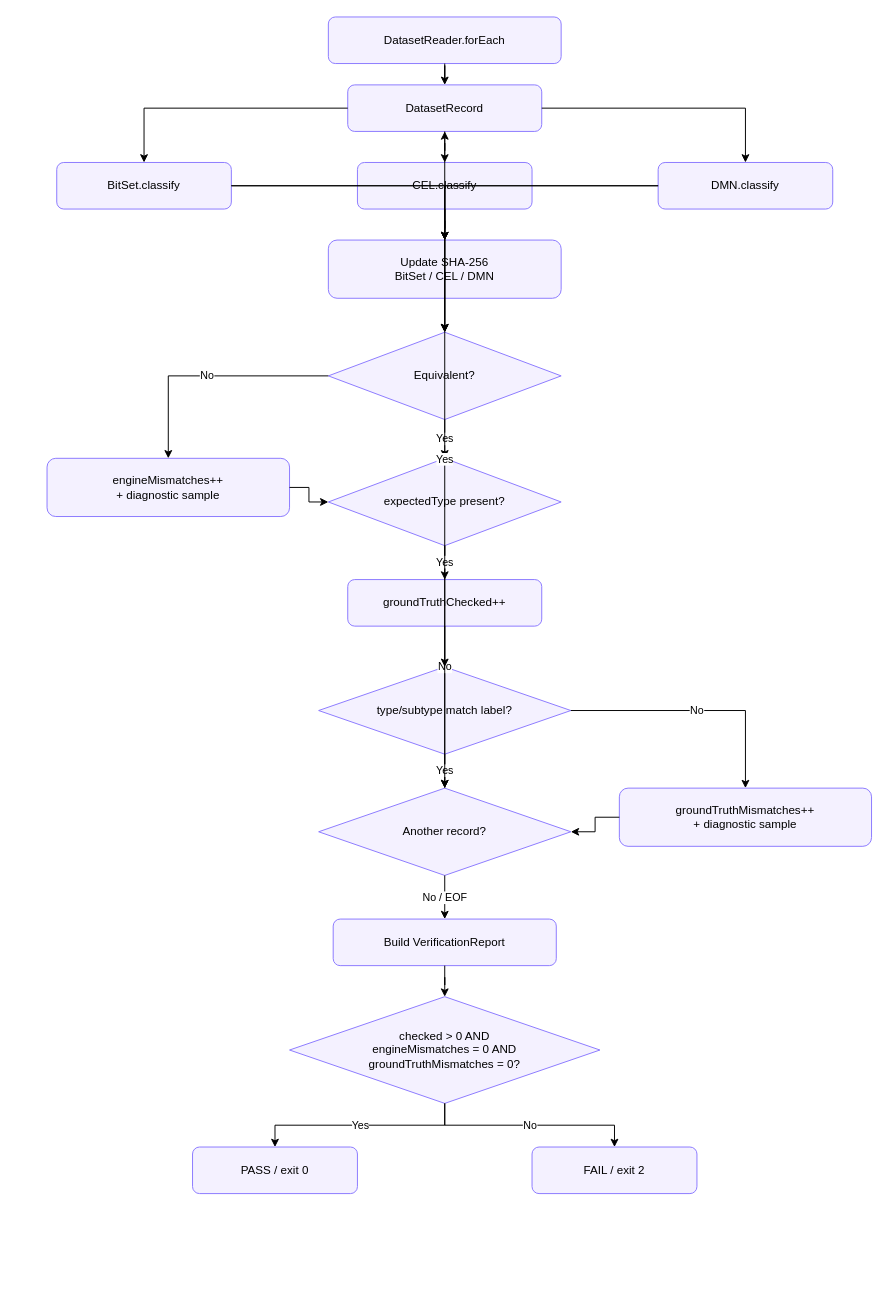
GAbra/itam-asset-typing-benchmark keeps this draw.io diagram as docs/diagrams/verify-flow-en.drawio. Above is the earlier version. Source tidied: cells renumbered, new cells numbered last; positions are measured from the earlier drawing's top-left corner, leaving out a move shared by most shapes. Both pictures are drawn from the tidied source at 97%, with x=0, y=0 at pixel (47, 16).
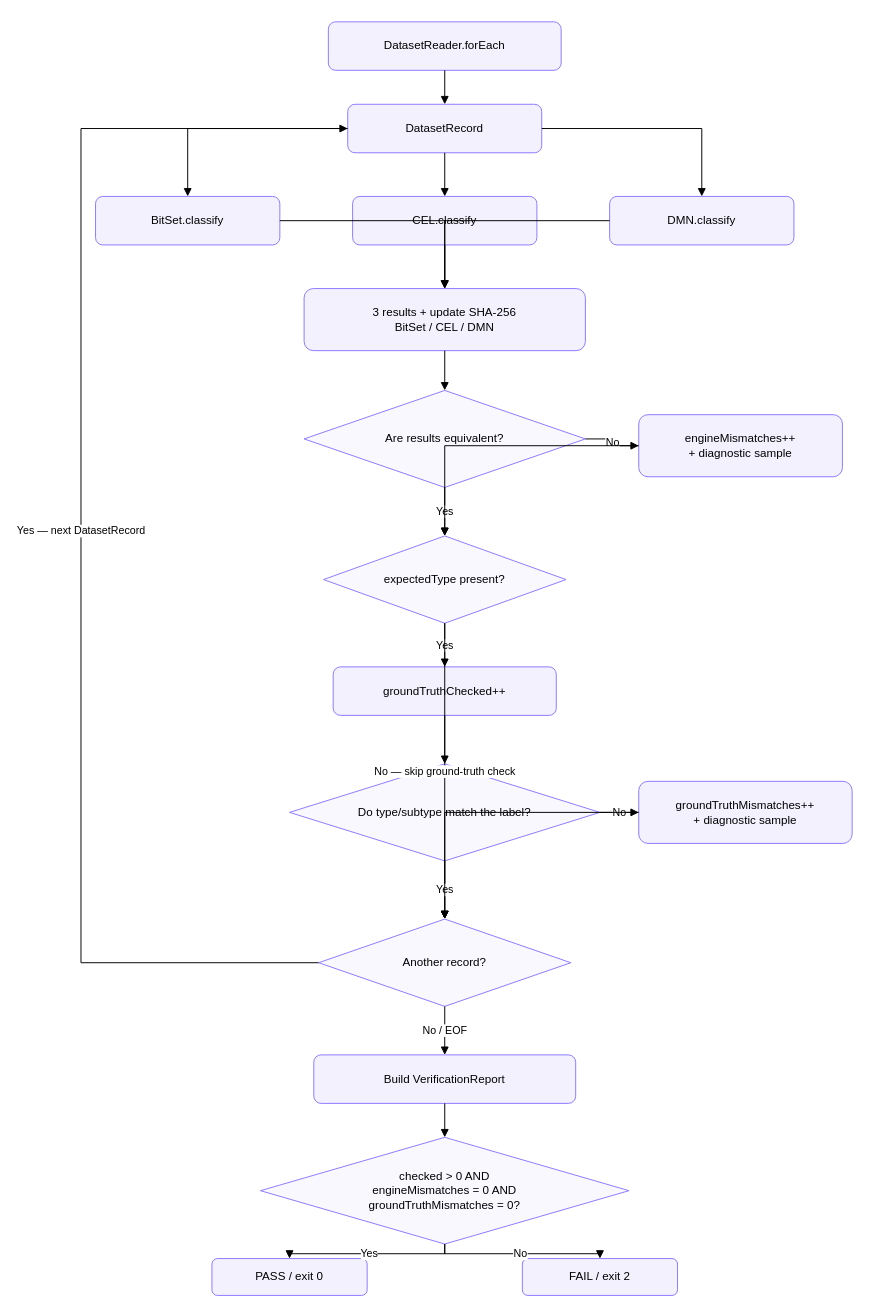
After the change.

Commit message:
Align English verify draw.io with clean SVG routing

The edit, as a diff of the source:
```diff
@@
     <mxCell id="2" value="DatasetReader.forEach" style="rounded=1;whiteSpace=wrap;html=1;fillColor=#f4f1ff;strokeColor=#8b79ff;" parent="1" vertex="1">
-      <mxGeometry x="290" width="240" height="48" as="geometry" />
+      <mxGeometry x="290" y="5" width="240" height="50" as="geometry" />
     </mxCell>
     <mxCell id="3" value="DatasetRecord" style="rounded=1;whiteSpace=wrap;html=1;fillColor=#f4f1ff;strokeColor=#8b79ff;" parent="1" vertex="1">
-      <mxGeometry x="310" y="70" width="200" height="48" as="geometry" />
+      <mxGeometry x="310" y="90" width="200" height="50" as="geometry" />
     </mxCell>
     <mxCell id="4" value="BitSet.classify" style="rounded=1;whiteSpace=wrap;html=1;fillColor=#f4f1ff;strokeColor=#8b79ff;" parent="1" vertex="1">
-      <mxGeometry x="10" y="150" width="180" height="48" as="geometry" />
+      <mxGeometry x="50" y="185" width="190" height="50" as="geometry" />
     </mxCell>
     <mxCell id="5" value="CEL.classify" style="rounded=1;whiteSpace=wrap;html=1;fillColor=#f4f1ff;strokeColor=#8b79ff;" parent="1" vertex="1">
-      <mxGeometry x="320" y="150" width="180" height="48" as="geometry" />
+      <mxGeometry x="315" y="185" width="190" height="50" as="geometry" />
     </mxCell>
     <mxCell id="6" value="DMN.classify" style="rounded=1;whiteSpace=wrap;html=1;fillColor=#f4f1ff;strokeColor=#8b79ff;" parent="1" vertex="1">
-      <mxGeometry x="630" y="150" width="180" height="48" as="geometry" />
+      <mxGeometry x="580" y="185" width="190" height="50" as="geometry" />
     </mxCell>
-    <mxCell id="7" value="Update SHA-256&lt;br&gt;BitSet / CEL / DMN" style="rounded=1;whiteSpace=wrap;html=1;fillColor=#f4f1ff;strokeColor=#8b79ff;" parent="1" vertex="1">
-      <mxGeometry x="290" y="230" width="240" height="60" as="geometry" />
+    <mxCell id="7" value="3 results + update SHA-256&lt;br&gt;BitSet / CEL / DMN" style="rounded=1;whiteSpace=wrap;html=1;fillColor=#f4f1ff;strokeColor=#8b79ff;" parent="1" vertex="1">
+      <mxGeometry x="265" y="280" width="290" height="64" as="geometry" />
     </mxCell>
-    <mxCell id="8" value="Equivalent?" style="rhombus;whiteSpace=wrap;html=1;fillColor=#f4f1ff;strokeColor=#8b79ff;" parent="1" vertex="1">
-      <mxGeometry x="290" y="325" width="240" height="90" as="geometry" />
+    <mxCell id="8" value="Are results equivalent?" style="rhombus;whiteSpace=wrap;html=1;fillColor=#faf8ff;strokeColor=#8b79ff;" parent="1" vertex="1">
+      <mxGeometry x="265" y="385" width="290" height="100" as="geometry" />
     </mxCell>
     <mxCell id="9" value="engineMismatches++&lt;br&gt;+ diagnostic sample" style="rounded=1;whiteSpace=wrap;html=1;fillColor=#f4f1ff;strokeColor=#8b79ff;" parent="1" vertex="1">
-      <mxGeometry y="455" width="250" height="60" as="geometry" />
+      <mxGeometry x="610" y="410" width="210" height="64" as="geometry" />
     </mxCell>
-    <mxCell id="10" value="expectedType present?" style="rhombus;whiteSpace=wrap;html=1;fillColor=#f4f1ff;strokeColor=#8b79ff;" parent="1" vertex="1">
-      <mxGeometry x="290" y="455" width="240" height="90" as="geometry" />
+    <mxCell id="10" value="expectedType present?" style="rhombus;whiteSpace=wrap;html=1;fillColor=#faf8ff;strokeColor=#8b79ff;" parent="1" vertex="1">
+      <mxGeometry x="285" y="535" width="250" height="90" as="geometry" />
     </mxCell>
     <mxCell id="11" value="groundTruthChecked++" style="rounded=1;whiteSpace=wrap;html=1;fillColor=#f4f1ff;strokeColor=#8b79ff;" parent="1" vertex="1">
-      <mxGeometry x="310" y="580" width="200" height="48" as="geometry" />
+      <mxGeometry x="295" y="670" width="230" height="50" as="geometry" />
     </mxCell>
-    <mxCell id="12" value="type/subtype match label?" style="rhombus;whiteSpace=wrap;html=1;fillColor=#f4f1ff;strokeColor=#8b79ff;" parent="1" vertex="1">
-      <mxGeometry x="280" y="670" width="260" height="90" as="geometry" />
+    <mxCell id="12" value="Do type/subtype match the label?" style="rhombus;whiteSpace=wrap;html=1;fillColor=#faf8ff;strokeColor=#8b79ff;" parent="1" vertex="1">
+      <mxGeometry x="250" y="770" width="320" height="100" as="geometry" />
     </mxCell>
     <mxCell id="13" value="groundTruthMismatches++&lt;br&gt;+ diagnostic sample" style="rounded=1;whiteSpace=wrap;html=1;fillColor=#f4f1ff;strokeColor=#8b79ff;" parent="1" vertex="1">
-      <mxGeometry x="590" y="795" width="260" height="60" as="geometry" />
+      <mxGeometry x="610" y="788" width="220" height="64" as="geometry" />
     </mxCell>
-    <mxCell id="14" value="Another record?" style="rhombus;whiteSpace=wrap;html=1;fillColor=#f4f1ff;strokeColor=#8b79ff;" parent="1" vertex="1">
-      <mxGeometry x="280" y="795" width="260" height="90" as="geometry" />
+    <mxCell id="14" value="Another record?" style="rhombus;whiteSpace=wrap;html=1;fillColor=#faf8ff;strokeColor=#8b79ff;" parent="1" vertex="1">
+      <mxGeometry x="280" y="930" width="260" height="90" as="geometry" />
     </mxCell>
     <mxCell id="15" value="Build VerificationReport" style="rounded=1;whiteSpace=wrap;html=1;fillColor=#f4f1ff;strokeColor=#8b79ff;" parent="1" vertex="1">
-      <mxGeometry x="295" y="930" width="230" height="48" as="geometry" />
+      <mxGeometry x="275" y="1070" width="270" height="50" as="geometry" />
     </mxCell>
-    <mxCell id="16" value="checked &gt; 0 AND&lt;br&gt;engineMismatches = 0 AND&lt;br&gt;groundTruthMismatches = 0?" style="rhombus;whiteSpace=wrap;html=1;fillColor=#f4f1ff;strokeColor=#8b79ff;" parent="1" vertex="1">
-      <mxGeometry x="250" y="1010" width="320" height="110" as="geometry" />
+    <mxCell id="16" value="checked &gt; 0 AND&lt;br&gt;engineMismatches = 0 AND&lt;br&gt;groundTruthMismatches = 0?" style="rhombus;whiteSpace=wrap;html=1;fillColor=#faf8ff;strokeColor=#8b79ff;" parent="1" vertex="1">
+      <mxGeometry x="220" y="1155" width="380" height="110" as="geometry" />
     </mxCell>
     <mxCell id="17" value="PASS / exit 0" style="rounded=1;whiteSpace=wrap;html=1;fillColor=#f4f1ff;strokeColor=#8b79ff;" parent="1" vertex="1">
-      <mxGeometry x="150" y="1165" width="170" height="48" as="geometry" />
+      <mxGeometry x="170" y="1280" width="160" height="38" as="geometry" />
     </mxCell>
     <mxCell id="18" value="FAIL / exit 2" style="rounded=1;whiteSpace=wrap;html=1;fillColor=#f4f1ff;strokeColor=#8b79ff;" parent="1" vertex="1">
-      <mxGeometry x="500" y="1165" width="170" height="48" as="geometry" />
+      <mxGeometry x="490" y="1280" width="160" height="38" as="geometry" />
     </mxCell>
-    <mxCell id="19" style="edgeStyle=orthogonalEdgeStyle;rounded=0;jettySize=auto;html=1;" parent="1" edge="1" source="2" target="3">
+    <mxCell id="19" style="edgeStyle=orthogonalEdgeStyle;rounded=0;html=1;endArrow=block;" parent="1" edge="1" source="2" target="3">
       <mxGeometry relative="1" as="geometry" />
     </mxCell>
-    <mxCell id="20" style="edgeStyle=orthogonalEdgeStyle;rounded=0;jettySize=auto;html=1;" parent="1" edge="1" source="3" target="4">
+    <mxCell id="20" style="edgeStyle=orthogonalEdgeStyle;rounded=0;html=1;endArrow=block;" parent="1" edge="1" source="3" target="4">
       <mxGeometry relative="1" as="geometry" />
     </mxCell>
-    <mxCell id="21" style="edgeStyle=orthogonalEdgeStyle;rounded=0;jettySize=auto;html=1;" parent="1" edge="1" source="3" target="5">
+    <mxCell id="21" style="edgeStyle=orthogonalEdgeStyle;rounded=0;html=1;endArrow=block;" parent="1" edge="1" source="3" target="5">
       <mxGeometry relative="1" as="geometry" />
     </mxCell>
-    <mxCell id="22" style="edgeStyle=orthogonalEdgeStyle;rounded=0;jettySize=auto;html=1;" parent="1" edge="1" source="3" target="6">
+    <mxCell id="22" style="edgeStyle=orthogonalEdgeStyle;rounded=0;html=1;endArrow=block;" parent="1" edge="1" source="3" target="6">
       <mxGeometry relative="1" as="geometry" />
     </mxCell>
-    <mxCell id="23" style="edgeStyle=orthogonalEdgeStyle;rounded=0;jettySize=auto;html=1;" parent="1" edge="1" source="4" target="7">
+    <mxCell id="23" style="edgeStyle=orthogonalEdgeStyle;rounded=0;html=1;endArrow=block;" parent="1" edge="1" source="4" target="7">
       <mxGeometry relative="1" as="geometry" />
     </mxCell>
-    <mxCell id="24" style="edgeStyle=orthogonalEdgeStyle;rounded=0;jettySize=auto;html=1;" parent="1" edge="1" source="5" target="7">
+    <mxCell id="24" style="edgeStyle=orthogonalEdgeStyle;rounded=0;html=1;endArrow=block;" parent="1" edge="1" source="5" target="7">
       <mxGeometry relative="1" as="geometry" />
     </mxCell>
-    <mxCell id="25" style="edgeStyle=orthogonalEdgeStyle;rounded=0;jettySize=auto;html=1;" parent="1" edge="1" source="6" target="7">
+    <mxCell id="25" style="edgeStyle=orthogonalEdgeStyle;rounded=0;html=1;endArrow=block;" parent="1" edge="1" source="6" target="7">
       <mxGeometry relative="1" as="geometry" />
     </mxCell>
-    <mxCell id="26" style="edgeStyle=orthogonalEdgeStyle;rounded=0;jettySize=auto;html=1;" parent="1" edge="1" source="4" target="8">
+    <mxCell id="26" style="edgeStyle=orthogonalEdgeStyle;rounded=0;html=1;endArrow=block;" parent="1" edge="1" source="7" target="8">
       <mxGeometry relative="1" as="geometry" />
     </mxCell>
-    <mxCell id="27" style="edgeStyle=orthogonalEdgeStyle;rounded=0;jettySize=auto;html=1;" parent="1" edge="1" source="5" target="8">
+    <mxCell id="27" value="Yes" style="edgeStyle=orthogonalEdgeStyle;rounded=0;html=1;endArrow=block;" parent="1" edge="1" source="8" target="10">
       <mxGeometry relative="1" as="geometry" />
     </mxCell>
-    <mxCell id="28" style="edgeStyle=orthogonalEdgeStyle;rounded=0;jettySize=auto;html=1;" parent="1" edge="1" source="6" target="8">
+    <mxCell id="28" value="No" style="edgeStyle=orthogonalEdgeStyle;rounded=0;html=1;endArrow=block;" parent="1" edge="1" source="8" target="9">
       <mxGeometry relative="1" as="geometry" />
     </mxCell>
-    <mxCell id="29" value="No" style="edgeStyle=orthogonalEdgeStyle;rounded=0;jettySize=auto;html=1;" parent="1" edge="1" source="8" target="9">
+    <mxCell id="29" style="edgeStyle=orthogonalEdgeStyle;rounded=0;html=1;endArrow=block;" parent="1" edge="1" source="9" target="10">
       <mxGeometry relative="1" as="geometry" />
     </mxCell>
-    <mxCell id="30" value="Yes" style="edgeStyle=orthogonalEdgeStyle;rounded=0;jettySize=auto;html=1;" parent="1" edge="1" source="8" target="10">
+    <mxCell id="30" value="Yes" style="edgeStyle=orthogonalEdgeStyle;rounded=0;html=1;endArrow=block;" parent="1" edge="1" source="10" target="11">
       <mxGeometry relative="1" as="geometry" />
     </mxCell>
-    <mxCell id="31" style="edgeStyle=orthogonalEdgeStyle;rounded=0;jettySize=auto;html=1;" parent="1" edge="1" source="9" target="10">
+    <mxCell id="31" value="No — skip ground-truth check" style="edgeStyle=orthogonalEdgeStyle;rounded=0;html=1;endArrow=block;" parent="1" edge="1" source="10" target="14">
       <mxGeometry relative="1" as="geometry" />
     </mxCell>
-    <mxCell id="32" value="No" style="edgeStyle=orthogonalEdgeStyle;rounded=0;jettySize=auto;html=1;" parent="1" edge="1" source="10" target="14">
+    <mxCell id="32" style="edgeStyle=orthogonalEdgeStyle;rounded=0;html=1;endArrow=block;" parent="1" edge="1" source="11" target="12">
       <mxGeometry relative="1" as="geometry" />
     </mxCell>
-    <mxCell id="33" value="Yes" style="edgeStyle=orthogonalEdgeStyle;rounded=0;jettySize=auto;html=1;" parent="1" edge="1" source="10" target="11">
+    <mxCell id="33" value="Yes" style="edgeStyle=orthogonalEdgeStyle;rounded=0;html=1;endArrow=block;" parent="1" edge="1" source="12" target="14">
       <mxGeometry relative="1" as="geometry" />
     </mxCell>
-    <mxCell id="34" style="edgeStyle=orthogonalEdgeStyle;rounded=0;jettySize=auto;html=1;" parent="1" edge="1" source="11" target="12">
+    <mxCell id="34" value="No" style="edgeStyle=orthogonalEdgeStyle;rounded=0;html=1;endArrow=block;" parent="1" edge="1" source="12" target="13">
       <mxGeometry relative="1" as="geometry" />
     </mxCell>
-    <mxCell id="35" value="Yes" style="edgeStyle=orthogonalEdgeStyle;rounded=0;jettySize=auto;html=1;" parent="1" edge="1" source="12" target="14">
+    <mxCell id="35" style="edgeStyle=orthogonalEdgeStyle;rounded=0;html=1;endArrow=block;" parent="1" edge="1" source="13" target="14">
       <mxGeometry relative="1" as="geometry" />
     </mxCell>
-    <mxCell id="36" value="No" style="edgeStyle=orthogonalEdgeStyle;rounded=0;jettySize=auto;html=1;" parent="1" edge="1" source="12" target="13">
-      <mxGeometry relative="1" as="geometry" />
+    <mxCell id="36" value="Yes — next DatasetRecord" style="edgeStyle=orthogonalEdgeStyle;rounded=0;html=1;endArrow=block;" parent="1" edge="1" source="14" target="3">
+      <mxGeometry relative="1" as="geometry">
+        <Array as="points">
+          <mxPoint x="35" y="975" />
+          <mxPoint x="35" y="115" />
+        </Array>
+      </mxGeometry>
     </mxCell>
-    <mxCell id="37" style="edgeStyle=orthogonalEdgeStyle;rounded=0;jettySize=auto;html=1;" parent="1" edge="1" source="13" target="14">
+    <mxCell id="37" value="No / EOF" style="edgeStyle=orthogonalEdgeStyle;rounded=0;html=1;endArrow=block;" parent="1" edge="1" source="14" target="15">
       <mxGeometry relative="1" as="geometry" />
     </mxCell>
-    <mxCell id="38" value="Yes" style="edgeStyle=orthogonalEdgeStyle;rounded=0;jettySize=auto;html=1;" parent="1" edge="1" source="14" target="3">
+    <mxCell id="38" style="edgeStyle=orthogonalEdgeStyle;rounded=0;html=1;endArrow=block;" parent="1" edge="1" source="15" target="16">
       <mxGeometry relative="1" as="geometry" />
     </mxCell>
-    <mxCell id="39" value="No / EOF" style="edgeStyle=orthogonalEdgeStyle;rounded=0;jettySize=auto;html=1;" parent="1" edge="1" source="14" target="15">
+    <mxCell id="39" value="Yes" style="edgeStyle=orthogonalEdgeStyle;rounded=0;html=1;endArrow=block;" parent="1" edge="1" source="16" target="17">
       <mxGeometry relative="1" as="geometry" />
     </mxCell>
-    <mxCell id="40" style="edgeStyle=orthogonalEdgeStyle;rounded=0;jettySize=auto;html=1;" parent="1" edge="1" source="15" target="16">
+    <mxCell id="40" value="No" style="edgeStyle=orthogonalEdgeStyle;rounded=0;html=1;endArrow=block;" parent="1" edge="1" source="16" target="18">
       <mxGeometry relative="1" as="geometry" />
     </mxCell>
-    <mxCell id="41" value="Yes" style="edgeStyle=orthogonalEdgeStyle;rounded=0;jettySize=auto;html=1;" parent="1" edge="1" source="16" target="17">
-      <mxGeometry relative="1" as="geometry" />
-    </mxCell>
-    <mxCell id="42" value="No" style="edgeStyle=orthogonalEdgeStyle;rounded=0;jettySize=auto;html=1;" parent="1" edge="1" source="16" target="18">
-      <mxGeometry relative="1" as="geometry" />
-    </mxCell>
```
